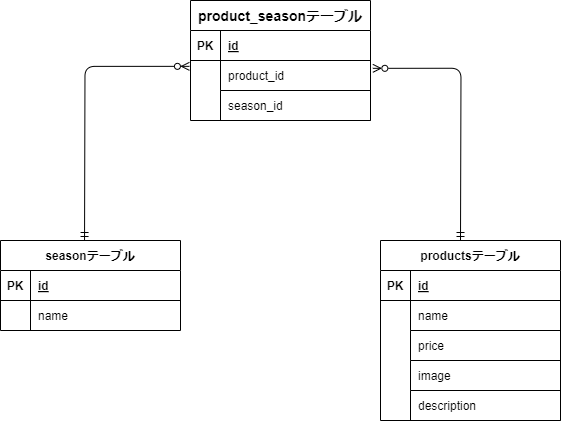
Before: src/README.drawio.png, a diagram exported from draw.io (rikuuta1217/kadai-2). Source tidied: cells renumbered, new cells last; positions are measured from the earlier drawing's top-left corner, leaving out a move shared by most shapes.
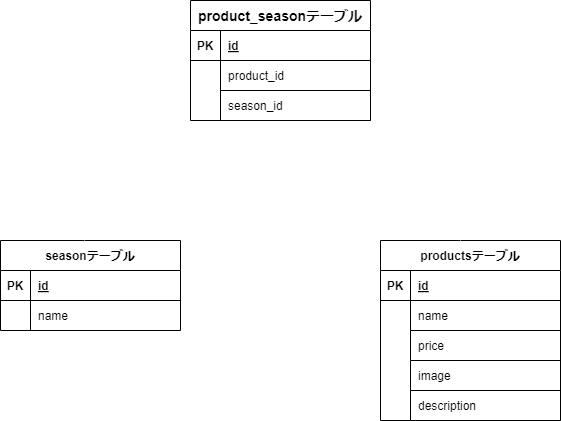
The same file after the commit.

Change to the diagram source:
```diff
@@ -101,12 +101,12 @@
     <mxCell id="34" value="season_id" style="shape=partialRectangle;fillColor=none;top=0;left=0;bottom=1;right=0;align=left;spacingLeft=6;overflow=hidden;" parent="32" vertex="1">
       <mxGeometry x="30" width="150" height="30" as="geometry" />
     </mxCell>
-    <mxCell id="35" style="fontSize=12;html=1;endArrow=ERzeroToMany;startArrow=ERmandOne;entryX=1.013;entryY=0.261;entryDx=0;entryDy=0;entryPerimeter=0;edgeStyle=orthogonalEdgeStyle;endFill=0;" parent="1" edge="1" target="29">
+    <mxCell id="35" style="fontSize=12;html=1;endArrow=ERzeroToMany;startArrow=ERmandOne;entryX=1.013;entryY=0.261;entryDx=0;entryDy=0;entryPerimeter=0;edgeStyle=orthogonalEdgeStyle;endFill=0;strokeColor=#FFFFFF;" parent="1" edge="1" target="29">
       <mxGeometry relative="1" as="geometry">
         <mxPoint x="460" y="240" as="sourcePoint" />
       </mxGeometry>
     </mxCell>
-    <mxCell id="36" style="fontSize=12;html=1;endArrow=ERzeroToMany;startArrow=ERmandOne;entryX=-0.006;entryY=0.195;entryDx=0;entryDy=0;entryPerimeter=0;edgeStyle=orthogonalEdgeStyle;endFill=0;" parent="1" edge="1" target="29">
+    <mxCell id="36" style="fontSize=12;html=1;endArrow=ERzeroToMany;startArrow=ERmandOne;entryX=-0.006;entryY=0.195;entryDx=0;entryDy=0;entryPerimeter=0;edgeStyle=orthogonalEdgeStyle;endFill=0;labelBackgroundColor=default;fontColor=default;strokeColor=#FFFFFF;" parent="1" edge="1" target="29">
       <mxGeometry relative="1" as="geometry">
         <mxPoint x="84" y="240" as="sourcePoint" />
       </mxGeometry>
```
